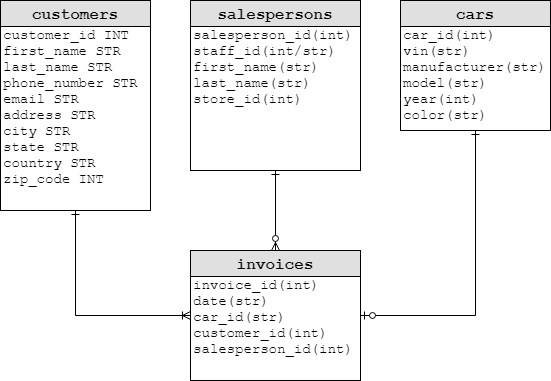
Above: module-1/lab-mysql/your-code/lab-mysql-challenge-1.png in ironhack-datalabs/datamia0819 (draw.io), before the change. Source tidied: cells renumbered, new cells last; positions are measured from the earlier drawing's top-left corner, leaving out a move shared by most shapes.
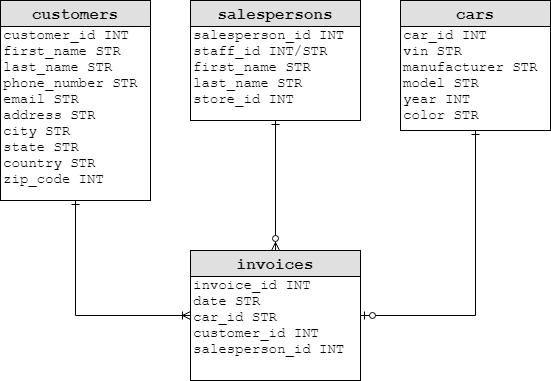
After the change.

The edit, as a diff of the source:
```diff
@@ -2,16 +2,16 @@
   <root>
     <mxCell id="0" />
     <mxCell id="1" parent="0" />
-    <mxCell id="2" value="&lt;b&gt;&lt;font style=&quot;font-size: 16px&quot;&gt;&lt;br&gt;&lt;/font&gt;&lt;/b&gt;car_id(int)&lt;br style=&quot;font-size: 14px&quot;&gt;vin(str)&lt;br&gt;manufacturer(str)&lt;br style=&quot;font-size: 14px&quot;&gt;model(str)&lt;br style=&quot;font-size: 14px&quot;&gt;year(int)&lt;br style=&quot;font-size: 14px&quot;&gt;color(str)" style="rounded=0;whiteSpace=wrap;html=1;align=left;verticalAlign=top;fontFamily=Courier New;labelBackgroundColor=#ffffff;fontSize=14;" parent="1" vertex="1">
+    <mxCell id="2" value="&lt;b&gt;&lt;font style=&quot;font-size: 16px&quot;&gt;&lt;br&gt;&lt;/font&gt;&lt;/b&gt;car_id INT&lt;br style=&quot;font-size: 14px&quot;&gt;vin&amp;nbsp;STR&lt;br&gt;manufacturer&amp;nbsp;STR&lt;br style=&quot;font-size: 14px&quot;&gt;model&amp;nbsp;STR&lt;br style=&quot;font-size: 14px&quot;&gt;year&amp;nbsp;INT&lt;br style=&quot;font-size: 14px&quot;&gt;color&amp;nbsp;STR" style="rounded=0;whiteSpace=wrap;html=1;align=left;verticalAlign=top;fontFamily=Courier New;labelBackgroundColor=#ffffff;fontSize=14;" parent="1" vertex="1">
       <mxGeometry x="400" width="150" height="130" as="geometry" />
     </mxCell>
     <mxCell id="3" value="&lt;b&gt;&lt;font style=&quot;font-size: 16px&quot;&gt;&lt;br&gt;&lt;/font&gt;&lt;/b&gt;customer_id INT&lt;br style=&quot;font-size: 14px&quot;&gt;first_name STR&lt;br style=&quot;font-size: 14px&quot;&gt;last_name STR&lt;br style=&quot;font-size: 14px&quot;&gt;phone_number STR&lt;br style=&quot;font-size: 14px&quot;&gt;email STR&lt;br style=&quot;font-size: 14px&quot;&gt;address&amp;nbsp;STR&lt;br style=&quot;font-size: 14px&quot;&gt;city&amp;nbsp;STR&lt;br style=&quot;font-size: 14px&quot;&gt;state&amp;nbsp;STR&lt;br style=&quot;font-size: 14px&quot;&gt;country&amp;nbsp;STR&lt;br style=&quot;font-size: 14px&quot;&gt;zip_code INT" style="rounded=0;whiteSpace=wrap;html=1;align=left;verticalAlign=top;fontFamily=Courier New;labelBackgroundColor=#ffffff;fontSize=14;" parent="1" vertex="1">
-      <mxGeometry width="150" height="210" as="geometry" />
+      <mxGeometry width="150" height="200" as="geometry" />
     </mxCell>
-    <mxCell id="4" value="&lt;b&gt;&lt;font style=&quot;font-size: 16px&quot;&gt;&lt;br&gt;&lt;/font&gt;&lt;/b&gt;salesperson_id(int)&lt;br&gt;staff_id(int/str)&lt;br style=&quot;font-size: 14px&quot;&gt;first_name(str)&lt;br style=&quot;font-size: 14px&quot;&gt;last_name(str)&lt;br style=&quot;font-size: 14px&quot;&gt;store_id(int)" style="rounded=0;whiteSpace=wrap;html=1;align=left;verticalAlign=top;fontFamily=Courier New;labelBackgroundColor=#ffffff;fontSize=14;" parent="1" vertex="1">
-      <mxGeometry x="190" width="170" height="170" as="geometry" />
+    <mxCell id="4" value="&lt;b&gt;&lt;font style=&quot;font-size: 16px&quot;&gt;&lt;br&gt;&lt;/font&gt;&lt;/b&gt;salesperson_id&amp;nbsp;INT&lt;br&gt;staff_id INT/STR&lt;br style=&quot;font-size: 14px&quot;&gt;first_name&amp;nbsp;STR&lt;br style=&quot;font-size: 14px&quot;&gt;last_name STR&lt;br style=&quot;font-size: 14px&quot;&gt;store_id&amp;nbsp;INT" style="rounded=0;whiteSpace=wrap;html=1;align=left;verticalAlign=top;fontFamily=Courier New;labelBackgroundColor=#ffffff;fontSize=14;" parent="1" vertex="1">
+      <mxGeometry x="190" width="170" height="120" as="geometry" />
     </mxCell>
-    <mxCell id="5" value="&lt;br style=&quot;font-size: 16px&quot;&gt;invoice_id(int)&lt;br&gt;date(str)&lt;br&gt;car_id(str)&lt;br&gt;customer_id(int)&lt;br&gt;salesperson_id(int)" style="rounded=0;whiteSpace=wrap;html=1;align=left;verticalAlign=top;fontFamily=Courier New;labelBackgroundColor=#ffffff;fontSize=14;" parent="1" vertex="1">
+    <mxCell id="5" value="&lt;br style=&quot;font-size: 16px&quot;&gt;invoice_id&amp;nbsp;INT&lt;br&gt;date&amp;nbsp;STR&lt;br&gt;car_id&amp;nbsp;STR&lt;br&gt;customer_id&amp;nbsp;INT&lt;br&gt;salesperson_id&amp;nbsp;INT" style="rounded=0;whiteSpace=wrap;html=1;align=left;verticalAlign=top;fontFamily=Courier New;labelBackgroundColor=#ffffff;fontSize=14;" parent="1" vertex="1">
       <mxGeometry x="190" y="250" width="170" height="130" as="geometry" />
     </mxCell>
     <mxCell id="6" style="edgeStyle=orthogonalEdgeStyle;fontSize=12;html=1;endArrow=ERoneToMany;entryX=0;entryY=0.5;entryDx=0;entryDy=0;exitX=0.5;exitY=1;exitDx=0;exitDy=0;rounded=0;endFill=0;startArrow=ERone;startFill=0;" parent="1" edge="1" source="3" target="5">
```
